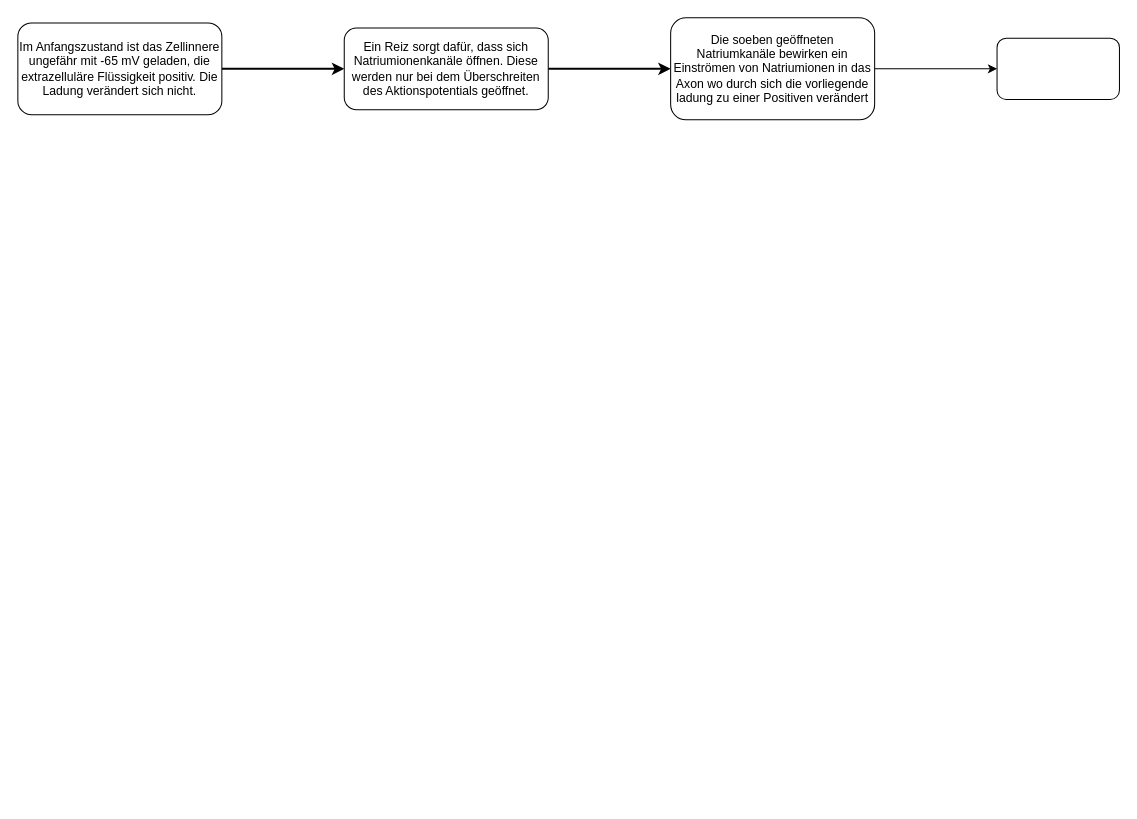
This is _Sonstige_/Diagramme/XML/Salatorische Erregungsleitung.drawio from Maxbleibtgeheim/WBS-Norderstedt, a draw.io file, before an edit. Source tidied: cells renumbered, new cells numbered last; positions are measured from the earlier drawing's top-left corner, leaving out a move shared by most shapes. Both pictures are drawn from the tidied source at 102%, with x=0, y=0 at pixel (17, 17).
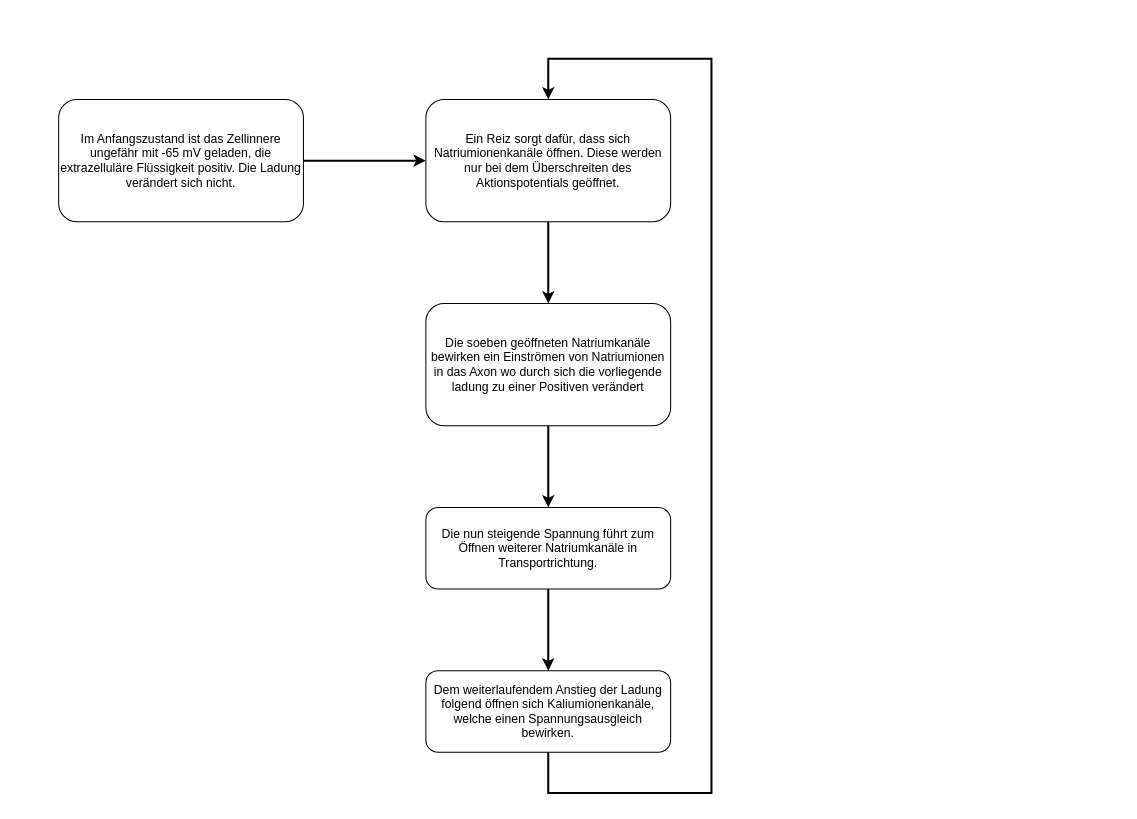
Above is the later version.

Diff of the diagram source:
```diff
@@
 <mxGraphModel>
   <root>
     <mxCell id="0" />
     <mxCell id="1" parent="0" />
-    <mxCell id="2" style="rounded=0;jettySize=auto;html=1;entryX=0;entryY=0.5;entryDx=0;entryDy=0;strokeWidth=2;" parent="1" edge="1" source="3" target="5">
+    <mxCell id="2" style="rounded=0;jettySize=auto;html=1;entryX=0;entryY=0.5;entryDx=0;entryDy=0;strokeWidth=2;exitX=1;exitY=0.5;exitDx=0;exitDy=0;" parent="1" edge="1" source="3" target="5">
       <mxGeometry relative="1" as="geometry" />
     </mxCell>
     <mxCell id="3" value="&lt;font&gt;Im Anfangszustand ist das Zellinnere ungefähr mit -65 mV geladen, die extrazelluläre Flüssigkeit positiv. Die Ladung verändert sich nicht&lt;/font&gt;." style="rounded=1;whiteSpace=wrap;html=1;" parent="1" vertex="1">
-      <mxGeometry y="5" width="200" height="90" as="geometry" />
+      <mxGeometry x="40" y="80" width="240" height="120" as="geometry" />
     </mxCell>
     <mxCell id="4" style="rounded=0;jettySize=auto;html=1;strokeWidth=2;" parent="1" edge="1" source="5" target="7">
       <mxGeometry relative="1" as="geometry" />
     </mxCell>
     <mxCell id="5" value="Ein Reiz sorgt dafür, dass sich Natriumionenkanäle öffnen. Diese werden nur bei dem Überschreiten des Aktionspotentials geöffnet." style="rounded=1;whiteSpace=wrap;html=1;" parent="1" vertex="1">
-      <mxGeometry x="320" y="10" width="200" height="80" as="geometry" />
+      <mxGeometry x="400" y="80" width="240" height="120" as="geometry" />
     </mxCell>
-    <mxCell id="6" style="edgeStyle=orthogonalEdgeStyle;rounded=0;jettySize=auto;html=1;" parent="1" edge="1" source="7" target="8">
+    <mxCell id="6" style="rounded=0;jettySize=auto;html=1;strokeWidth=2;" parent="1" edge="1" source="7" target="8">
       <mxGeometry relative="1" as="geometry" />
     </mxCell>
     <mxCell id="7" value="Die soeben geöffneten Natriumkanäle bewirken ein Einströmen von Natriumionen in das Axon wo durch sich die vorliegende ladung zu einer Positiven verändert" style="whiteSpace=wrap;html=1;rounded=1;" parent="1" vertex="1">
-      <mxGeometry x="640" width="200" height="100" as="geometry" />
+      <mxGeometry x="400" y="280" width="240" height="120" as="geometry" />
     </mxCell>
+    <mxCell id="9" style="rounded=0;jettySize=auto;html=1;strokeWidth=2;" parent="1" edge="1" source="8" target="11">
+      <mxGeometry relative="1" as="geometry" />
+    </mxCell>
-    <mxCell id="8" style="whiteSpace=wrap;html=1;rounded=1;" parent="1" vertex="1">
-      <mxGeometry x="960" y="20" width="120" height="60" as="geometry" />
+    <mxCell id="8" value="Die nun steigende Spannung führt zum Öffnen weiterer Natriumkanäle in Transportrichtung." style="whiteSpace=wrap;html=1;rounded=1;" parent="1" vertex="1">
+      <mxGeometry x="400" y="480" width="240" height="80" as="geometry" />
     </mxCell>
+    <mxCell id="10" style="edgeStyle=orthogonalEdgeStyle;rounded=0;jettySize=auto;html=1;entryX=0.5;entryY=0;entryDx=0;entryDy=0;exitX=0.5;exitY=1;exitDx=0;exitDy=0;strokeWidth=2;" parent="1" edge="1" source="11" target="5">
+      <mxGeometry relative="1" as="geometry">
+        <Array as="points">
+          <mxPoint x="520" y="760" />
+          <mxPoint x="680" y="760" />
+          <mxPoint x="680" y="40" />
+          <mxPoint x="520" y="40" />
+        </Array>
+      </mxGeometry>
+    </mxCell>
+    <mxCell id="11" value="Dem weiterlaufendem Anstieg der Ladung folgend öffnen sich Kaliumionenkanäle, welche einen Spannungsausgleich bewirken." style="whiteSpace=wrap;html=1;rounded=1;" parent="1" vertex="1">
+      <mxGeometry x="400" y="640" width="240" height="80" as="geometry" />
+    </mxCell>
   </root>
 </mxGraphModel>
```
